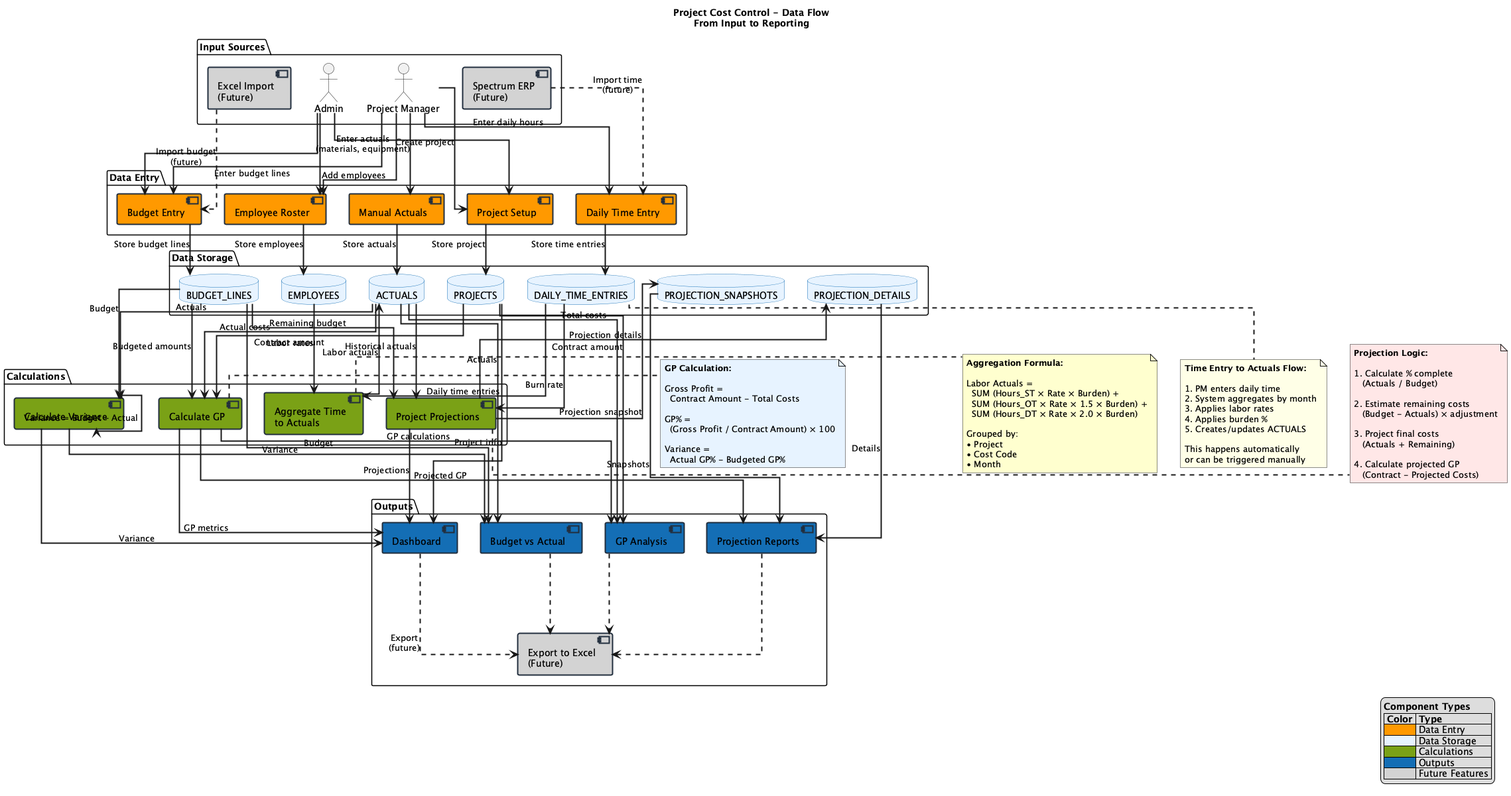
This is docs/diagrams/data-model/02-data-pipeline.png from jameseraynor/Stephen, a PlantUML export, as it was before one commit.
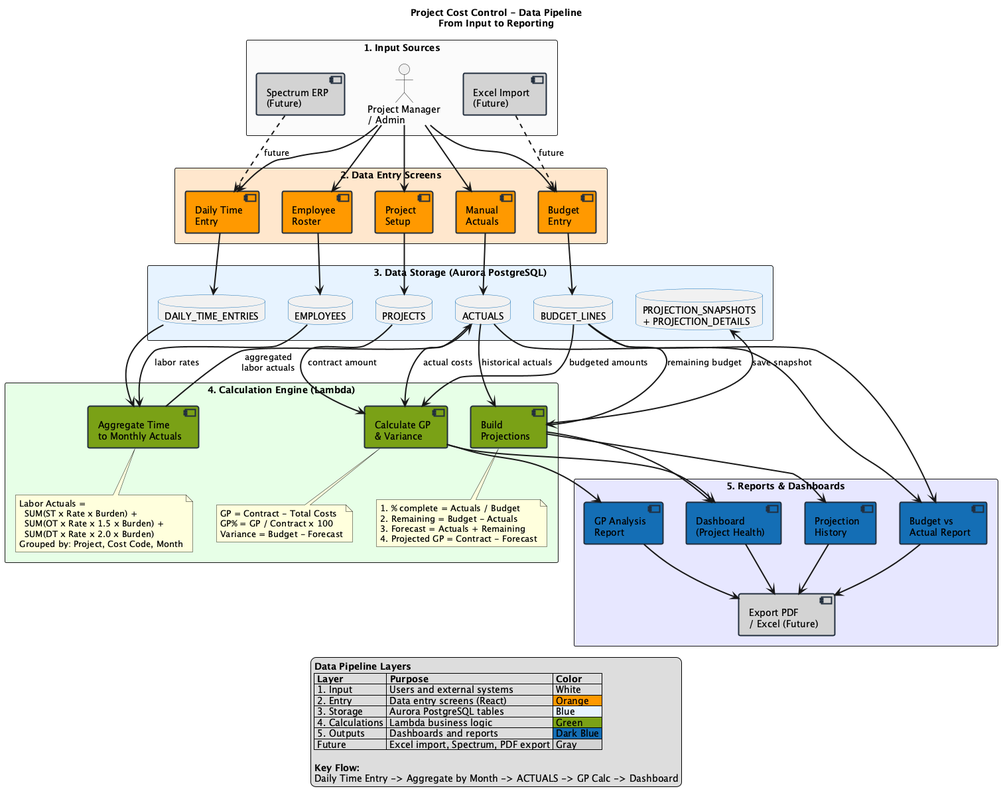
Above is the later version.

What changed in the source:
```diff
@@ -1,176 +1,122 @@
-@startuml Data Flow
-skinparam linetype ortho
+@startuml Data Pipeline
 skinparam shadowing false
-skinparam componentBackgroundColor white
 skinparam componentBorderColor #232F3E
 skinparam componentBorderThickness 2
-skinparam databaseBackgroundColor #E6F3FF
 skinparam databaseBorderColor #146EB4
 skinparam ArrowThickness 2
+skinparam packageStyle rectangle
+top to bottom direction
 
-title Project Cost Control - Data Flow\nFrom Input to Reporting
+title Project Cost Control - Data Pipeline\nFrom Input to Reporting
 
-package "Input Sources" {
-    actor "Project Manager" as PM
-    actor "Admin" as Admin
-    component [Excel Import\n(Future)] as Excel #D3D3D3
-    component [Spectrum ERP\n(Future)] as Spectrum #D3D3D3
+package "1. Input Sources" #FAFAFA {
+  actor "Project Manager\n/ Admin" as Users
+  component [Excel Import\n(Future)] as Excel #D3D3D3
+  component [Spectrum ERP\n(Future)] as Spectrum #D3D3D3
 }
 
-package "Data Entry" {
-    component [Project Setup] as Setup #FF9900
-    component [Budget Entry] as Budget #FF9900
-    component [Employee Roster] as Employees #FF9900
-    component [Daily Time Entry] as TimeEntry #FF9900
-    component [Manual Actuals] as ManualActuals #FF9900
+package "2. Data Entry Screens" #FFE6CC {
+  component [Project\nSetup] as Setup #FF9900
+  component [Budget\nEntry] as Budget #FF9900
+  component [Employee\nRoster] as Employees #FF9900
+  component [Daily Time\nEntry] as TimeEntry #FF9900
+  component [Manual\nActuals] as ManualActuals #FF9900
 }
 
-package "Data Storage" {
-    database "PROJECTS" as ProjDB
-    database "BUDGET_LINES" as BudgetDB
-    database "EMPLOYEES" as EmpDB
-    database "DAILY_TIME_ENTRIES" as TimeDB
-    database "ACTUALS" as ActualsDB
-    database "PROJECTION_SNAPSHOTS" as ProjSnapDB
-    database "PROJECTION_DETAILS" as ProjDetailDB
+package "3. Data Storage (Aurora PostgreSQL)" #E6F3FF {
+  database "PROJECTS" as ProjDB
+  database "BUDGET_LINES" as BudgetDB
+  database "EMPLOYEES" as EmpDB
+  database "DAILY_TIME_ENTRIES" as TimeDB
+  database "ACTUALS" as ActualsDB
+  database "PROJECTION_SNAPSHOTS\n+ PROJECTION_DETAILS" as ProjSnapDB
 }
 
-package "Calculations" {
-    component [Aggregate Time\nto Actuals] as AggTime #7AA116
-    component [Calculate GP] as CalcGP #7AA116
-    component [Calculate Variance] as CalcVar #7AA116
-    component [Project Projections] as CalcProj #7AA116
+package "4. Calculation Engine (Lambda)" #E6FFE6 {
+  component [Aggregate Time\nto Monthly Actuals] as AggTime #7AA116
+  note bottom of AggTime
+    Labor Actuals =
+      SUM(ST x Rate x Burden) +
+      SUM(OT x Rate x 1.5 x Burden) +
+      SUM(DT x Rate x 2.0 x Burden)
+    Grouped by: Project, Cost Code, Month
+  end note
+
+  component [Calculate GP\n& Variance] as CalcGP #7AA116
+  note bottom of CalcGP
+    GP = Contract - Total Costs
+    GP% = GP / Contract x 100
+    Variance = Budget - Forecast
+  end note
+
+  component [Build\nProjections] as CalcProj #7AA116
+  note bottom of CalcProj
+    1. % complete = Actuals / Budget
+    2. Remaining = Budget - Actuals
+    3. Forecast = Actuals + Remaining
+    4. Projected GP = Contract - Forecast
+  end note
 }
 
-package "Outputs" {
-    component [Dashboard] as Dashboard #146EB4
-    component [Budget vs Actual] as BvA #146EB4
-    component [GP Analysis] as GPAnalysis #146EB4
-    component [Projection Reports] as ProjReports #146EB4
-    component [Export to Excel\n(Future)] as ExportExcel #D3D3D3
+package "5. Reports & Dashboards" #E6E6FF {
+  component [Dashboard\n(Project Health)] as Dashboard #146EB4
+  component [Budget vs\nActual Report] as BvA #146EB4
+  component [GP Analysis\nReport] as GPAnalysis #146EB4
+  component [Projection\nHistory] as ProjReports #146EB4
+  component [Export PDF\n/ Excel (Future)] as Export #D3D3D3
 }
 
-PM --> Setup : Create project
-Admin --> Setup
-PM --> Budget : Enter budget lines
-Admin --> Budget
-PM --> Employees : Add employees
-Admin --> Employees
-PM --> TimeEntry : Enter daily hours
-Excel -.-> Budget : Import budget\n(future)
-Spectrum -.-> TimeEntry : Import time\n(future)
-PM --> ManualActuals : Enter actuals\n(materials, equipment)
+Users --> Setup
+Users --> Budget
+Users --> Employees
+Users --> TimeEntry
+Users --> ManualActuals
+Excel ..> Budget : future
+Spectrum ..> TimeEntry : future
 
-Setup --> ProjDB : Store project
-Budget --> BudgetDB : Store budget lines
-Employees --> EmpDB : Store employees
-TimeEntry --> TimeDB : Store time entries
-ManualActuals --> ActualsDB : Store actuals
+Setup --> ProjDB
+Budget --> BudgetDB
+Employees --> EmpDB
+TimeEntry --> TimeDB
+ManualActuals --> ActualsDB
 
-TimeDB --> AggTime : Daily time entries
-EmpDB --> AggTime : Labor rates
-AggTime --> ActualsDB : Labor actuals
+TimeDB --> AggTime
+EmpDB --> AggTime : labor rates
+AggTime --> ActualsDB : aggregated\nlabor actuals
 
-BudgetDB --> CalcGP : Budgeted amounts
-ActualsDB --> CalcGP : Actual costs
-ProjDB --> CalcGP : Contract amount
+ProjDB --> CalcGP : contract amount
+BudgetDB --> CalcGP : budgeted amounts
+ActualsDB --> CalcGP : actual costs
 
-BudgetDB --> CalcVar : Budget
-ActualsDB --> CalcVar : Actuals
-CalcVar --> CalcVar : Variance = Budget - Actual
+BudgetDB --> CalcProj : remaining budget
+ActualsDB --> CalcProj : historical actuals
+CalcProj --> ProjSnapDB : save snapshot
 
-ActualsDB --> CalcProj : Historical actuals
-BudgetDB --> CalcProj : Remaining budget
-TimeDB --> CalcProj : Burn rate
-CalcProj --> ProjSnapDB : Projection snapshot
-CalcProj --> ProjDetailDB : Projection details
+CalcGP --> Dashboard
+CalcGP --> GPAnalysis
+CalcProj --> Dashboard
+CalcProj --> ProjReports
 
-ProjDB --> Dashboard : Project info
-CalcGP --> Dashboard : GP metrics
-CalcVar --> Dashboard : Variance
-CalcProj --> Dashboard : Projections
+BudgetDB --> BvA
+ActualsDB --> BvA
 
-BudgetDB --> BvA : Budget
-ActualsDB --> BvA : Actuals
-CalcVar --> BvA : Variance
+Dashboard --> Export
+BvA --> Export
+GPAnalysis --> Export
+ProjReports --> Export
 
-CalcGP --> GPAnalysis : GP calculations
-ProjDB --> GPAnalysis : Contract amount
-ActualsDB --> GPAnalysis : Total costs
+legend bottom
+  <b>Data Pipeline Layers</b>
+  |= Layer |= Purpose |= Color |
+  | 1. Input | Users and external systems | White |
+  | 2. Entry | Data entry screens (React) | <#FF9900> Orange |
+  | 3. Storage | Aurora PostgreSQL tables | <#E6F3FF> Blue |
+  | 4. Calculations | Lambda business logic | <#7AA116> Green |
+  | 5. Outputs | Dashboards and reports | <#146EB4> Dark Blue |
+  | Future | Excel import, Spectrum, PDF export | <#D3D3D3> Gray |
 
-ProjSnapDB --> ProjReports : Snapshots
-ProjDetailDB --> ProjReports : Details
-CalcGP --> ProjReports : Projected GP
-
-Dashboard -.-> ExportExcel : Export\n(future)
-BvA -.-> ExportExcel
-GPAnalysis -.-> ExportExcel
-ProjReports -.-> ExportExcel
-
-note right of AggTime #FEFECE
-  <b>Aggregation Formula:</b>
-
-  Labor Actuals =
-    SUM (Hours_ST × Rate × Burden) +
-    SUM (Hours_OT × Rate × 1.5 × Burden) +
-    SUM (Hours_DT × Rate × 2.0 × Burden)
-
-  Grouped by:
-  • Project
-  • Cost Code
-  • Month
-end note
-
-note right of CalcGP #E6F3FF
-  <b>GP Calculation:</b>
-
-  Gross Profit =
-    Contract Amount - Total Costs
-
-  GP% =
-    (Gross Profit / Contract Amount) × 100
-
-  Variance =
-    Actual GP% - Budgeted GP%
-end note
-
-note right of CalcProj #FFE6E6
-  <b>Projection Logic:</b>
-
-  1. Calculate % complete
-     (Actuals / Budget)
-
-  2. Estimate remaining costs
-     (Budget - Actuals) × adjustment
-
-  3. Project final costs
-     (Actuals + Remaining)
-
-  4. Calculate projected GP
-     (Contract - Projected Costs)
-end note
-
-note bottom of TimeDB #FFFFE6
-  <b>Time Entry to Actuals Flow:</b>
-
-  1. PM enters daily time
-  2. System aggregates by month
-  3. Applies labor rates
-  4. Applies burden %
-  5. Creates/updates ACTUALS
-
-  This happens automatically
-  or can be triggered manually
-end note
-
-legend right
-  <b>Component Types</b>
-  |= Color |= Type |
-  |<#FF9900>| Data Entry |
-  |<#E6F3FF>| Data Storage |
-  |<#7AA116>| Calculations |
-  |<#146EB4>| Outputs |
-  |<#D3D3D3>| Future Features |
+  <b>Key Flow:</b>
+  Daily Time Entry -> Aggregate by Month -> ACTUALS -> GP Calc -> Dashboard
 endlegend
 
 @enduml
```
